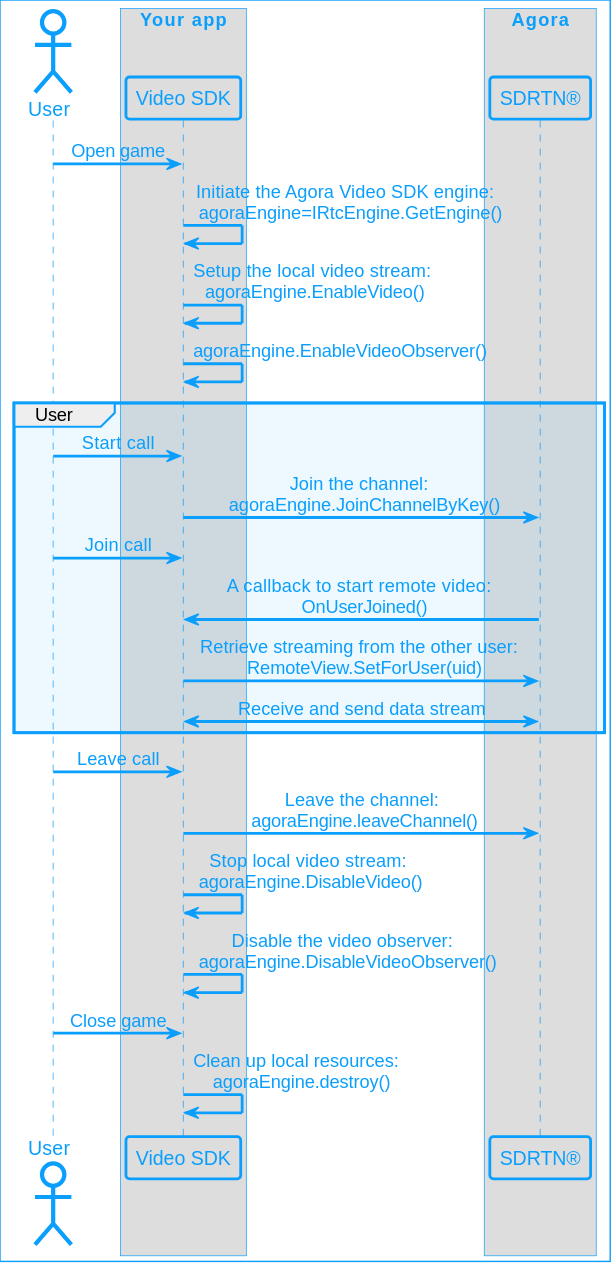
This is assets/images/video-calling/video-call-logic-unity.svg from AgoraIO/Docs-Source, a PlantUML export, as it was before one commit.
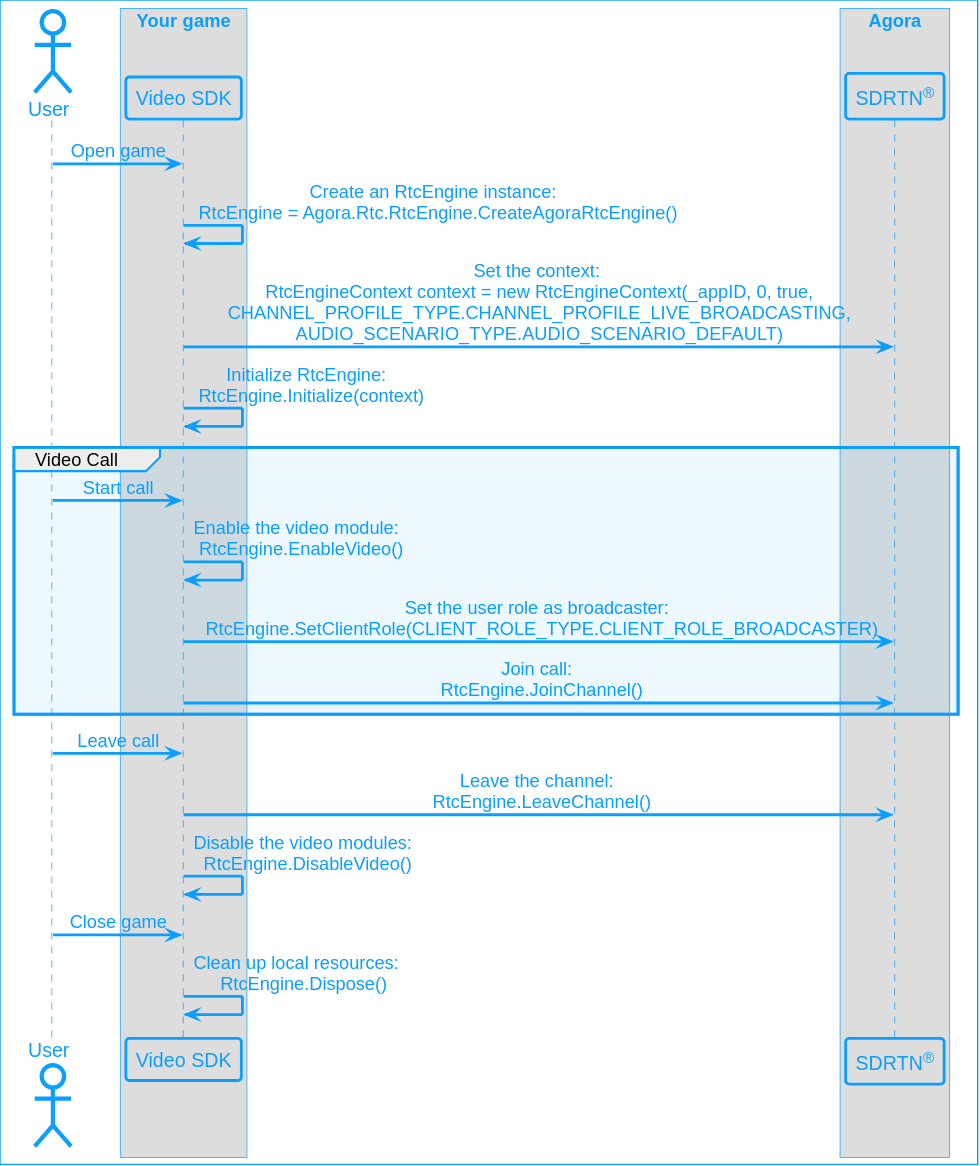
Above is the later version.

Change to the diagram source:
```diff
@@ -1,9 +1,9 @@
 @startuml
-!include ../video-sdk/agora_skin.iuml
+!include agora_skin.iuml
 
 actor "User" as USR
 
-box "Your app"
+box "Your game"
 
 participant "Video SDK" as APP
 
@@ -11,29 +11,26 @@
 
 box "Agora"
 
-participant "SDRTN®" as API
+participant "SDRTN<sup>®</sup>" as API
 
 end box
 
 USR -> APP: Open game
-APP -> APP: Initiate the Agora Video SDK engine: \n agoraEngine=IRtcEngine.GetEngine()
-APP -> APP: Setup the local video stream:\n agoraEngine.EnableVideo()
-APP -> APP: agoraEngine.EnableVideoObserver()
+APP -> APP: Create an RtcEngine instance: \n RtcEngine = Agora.Rtc.RtcEngine.CreateAgoraRtcEngine()
+APP -> API: Set the context: \n RtcEngineContext context = new RtcEngineContext(_appID, 0, true, \n CHANNEL_PROFILE_TYPE.CHANNEL_PROFILE_LIVE_BROADCASTING, \nAUDIO_SCENARIO_TYPE.AUDIO_SCENARIO_DEFAULT)
+APP -> APP: Initialize RtcEngine: \n RtcEngine.Initialize(context)
 
-group User
+group Video Call
 USR -> APP: Start call
-APP -> API: Join the channel: \n agoraEngine.JoinChannelByKey()
-USR -> APP: Join call
-API -> APP: A callback to start remote video: \n OnUserJoined()
-APP -> API: Retrieve streaming from the other user: \n RemoteView.SetForUser(uid)
-API <-> APP: Receive and send data stream
+APP -> APP: Enable the video module: \n RtcEngine.EnableVideo()
+APP -> API: Set the user role as broadcaster: \n RtcEngine.SetClientRole(CLIENT_ROLE_TYPE.CLIENT_ROLE_BROADCASTER)
+APP -> API: Join call: \n RtcEngine.JoinChannel()
 end
 
 USR -> APP: Leave call
-APP -> API: Leave the channel:\n agoraEngine.leaveChannel()
-APP -> APP: Stop local video stream:\n agoraEngine.DisableVideo()
-APP -> APP: Disable the video observer: \n agoraEngine.DisableVideoObserver()
+APP -> API: Leave the channel: \n RtcEngine.LeaveChannel()
+APP -> APP: Disable the video modules: \n RtcEngine.DisableVideo()
 
 USR -> APP: Close game
-APP -> APP: Clean up local resources:\n  agoraEngine.destroy()
+APP -> APP: Clean up local resources: \n  RtcEngine.Dispose()
 @enduml
```
